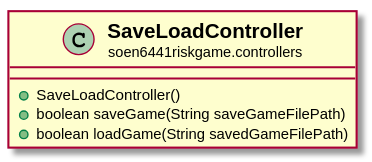
huntertran/soen6441-riskgame keeps this PlantUML diagram as docs/javadocs/soen6441riskgame/controllers/SaveLoadController.svg. Above is the earlier version. Its diagram source:
```plantuml
@startuml

skinparam svgLinkTarget _parent
skinparam linetype ortho
set namespaceSeparator none
class "<b><size:14>SaveLoadController</b>\n<size:10>soen6441riskgame.controllers" as soen6441riskgame.controllers.SaveLoadController  [[../../soen6441riskgame/controllers/SaveLoadController.html{soen6441riskgame.controllers.SaveLoadController}]] {
+SaveLoadController()
+boolean saveGame(String saveGameFilePath)
+boolean loadGame(String savedGameFilePath)
}



@enduml
```
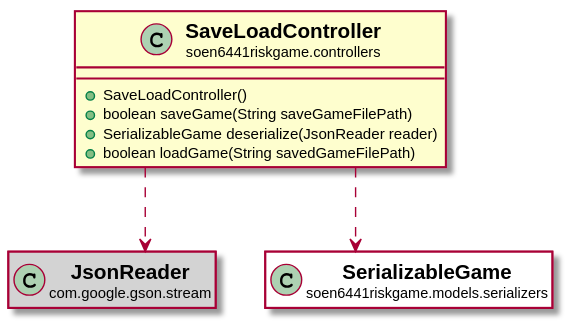
After the change.

Change to the diagram source:
```diff
@@ -6,9 +6,26 @@
 class "<b><size:14>SaveLoadController</b>\n<size:10>soen6441riskgame.controllers" as soen6441riskgame.controllers.SaveLoadController  [[../../soen6441riskgame/controllers/SaveLoadController.html{soen6441riskgame.controllers.SaveLoadController}]] {
 +SaveLoadController()
 +boolean saveGame(String saveGameFilePath)
++SerializableGame deserialize(JsonReader reader)
 +boolean loadGame(String savedGameFilePath)
 }
 
 
+class "<b><size:14>JsonReader</b>\n<size:10>com.google.gson.stream" as com.google.gson.stream.JsonReader  #lightgrey {
+}
+
+hide com.google.gson.stream.JsonReader fields
+hide com.google.gson.stream.JsonReader methods
+
+soen6441riskgame.controllers.SaveLoadController ..> com.google.gson.stream.JsonReader
+
+class "<b><size:14>SerializableGame</b>\n<size:10>soen6441riskgame.models.serializers" as soen6441riskgame.models.serializers.SerializableGame  [[../../soen6441riskgame/models/serializers/SerializableGame.html{soen6441riskgame.models.serializers.SerializableGame}]] #white {
+}
+
+hide soen6441riskgame.models.serializers.SerializableGame fields
+hide soen6441riskgame.models.serializers.SerializableGame methods
+
+soen6441riskgame.controllers.SaveLoadController ..> soen6441riskgame.models.serializers.SerializableGame
+
 
 @enduml
```
